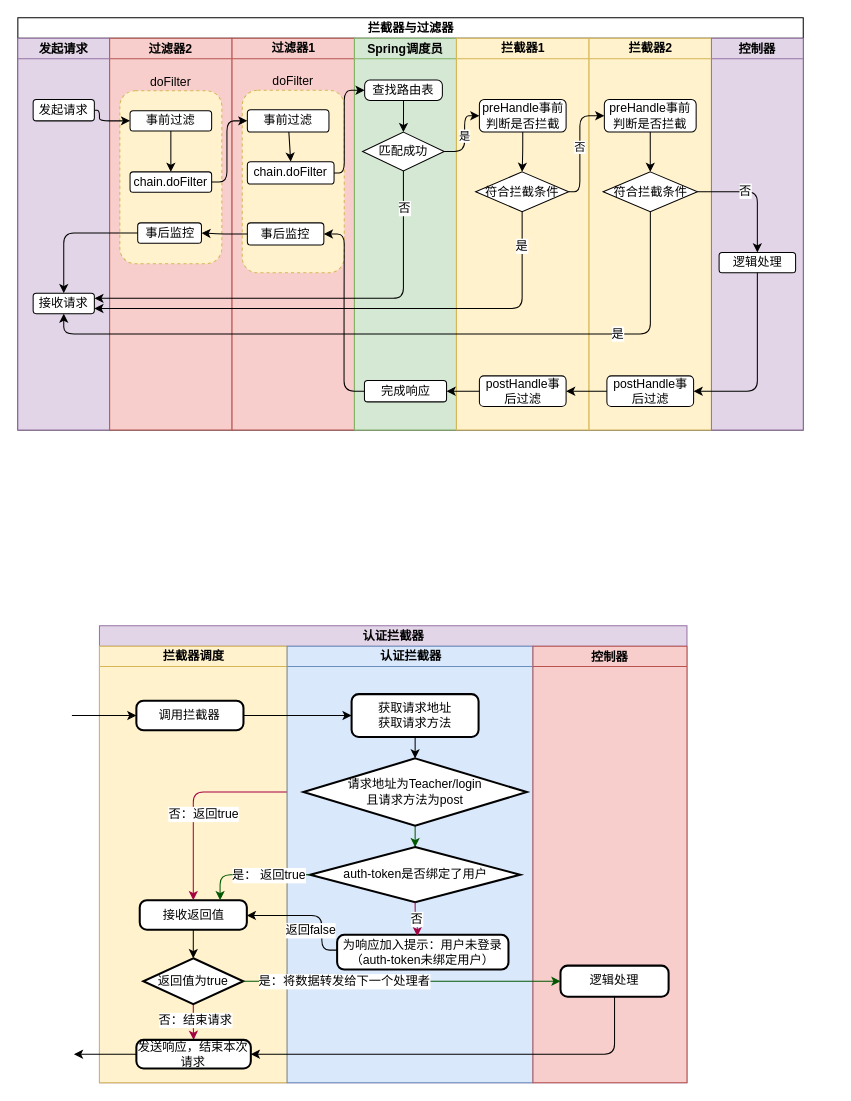
This is doucment/5.2.8.drawio from mengyunzhi/spring-boot-and-angular-guild, a draw.io file, before an edit. Source tidied: cells renumbered, new cells numbered last; positions are measured from the earlier drawing's top-left corner, leaving out a move shared by most shapes. Both pictures are drawn from the tidied source at 102%, with x=0, y=0 at pixel (17, 17).
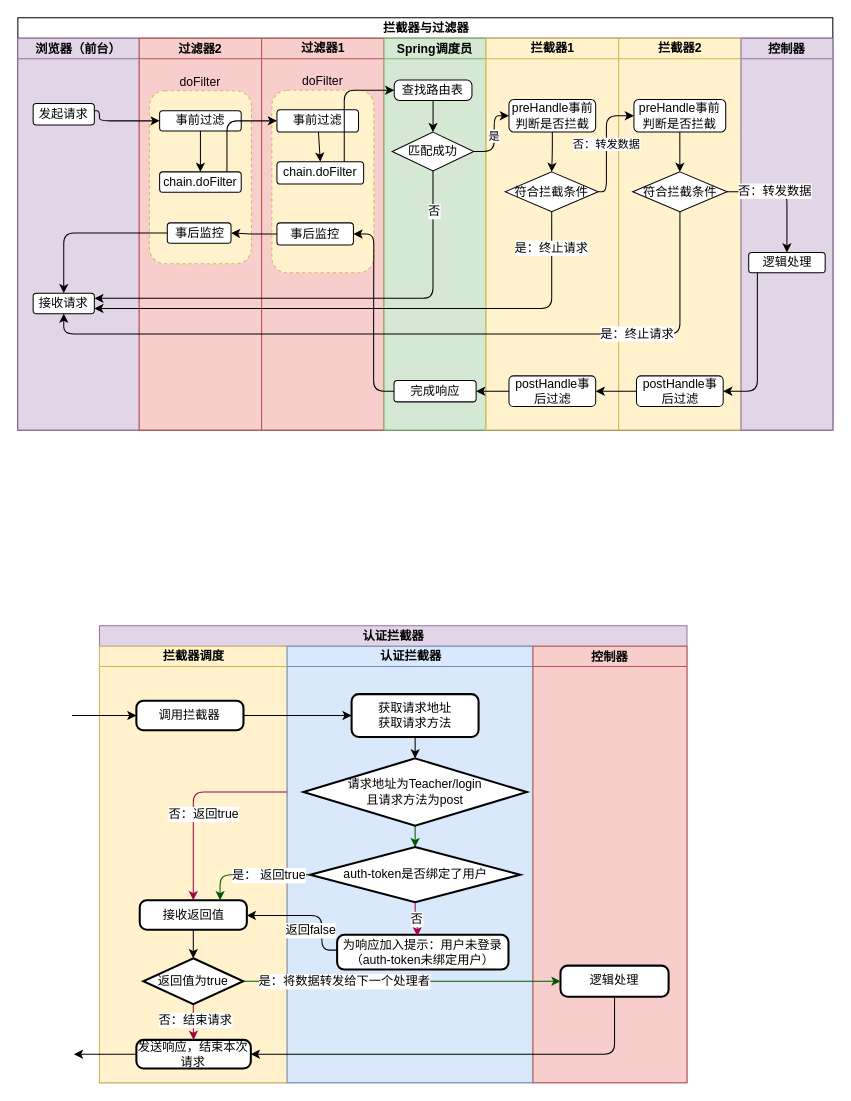
The same diagram, later.

Unchanged cells that the change refers to:
```xml
<mxCell id="5" value="接收请求" style="rounded=1;whiteSpace=wrap;html=1;" parent="3" vertex="1">
  <mxGeometry x="15" y="250" width="60" height="20" as="geometry" />
</mxCell>
<mxCell id="21" value="匹配成功" style="rhombus;whiteSpace=wrap;html=1;" parent="18" vertex="1">
  <mxGeometry x="8" y="92" width="80" height="38" as="geometry" />
</mxCell>
<mxCell id="26" value="符合拦截条件" style="rhombus;whiteSpace=wrap;html=1;" parent="23" vertex="1">
  <mxGeometry x="18.8" y="131" width="91.2" height="39" as="geometry" />
</mxCell>
<mxCell id="29" value="preHandle事前判断是否拦截" style="rounded=1;whiteSpace=wrap;html=1;" parent="28" vertex="1">
  <mxGeometry x="15" y="60" width="90" height="32" as="geometry" />
</mxCell>
<mxCell id="31" value="符合拦截条件" style="rhombus;whiteSpace=wrap;html=1;" parent="28" vertex="1">
  <mxGeometry x="13.8" y="131" width="92.5" height="39" as="geometry" />
</mxCell>
<mxCell id="51" style="edgeStyle=orthogonalEdgeStyle;rounded=1;jettySize=auto;html=1;" parent="2" edge="1" source="31" target="48">
  <mxGeometry relative="1" as="geometry" />
</mxCell>
```

Diff of the diagram source:
```diff
@@
     <mxCell id="2" value="拦截器与过滤器" style="swimlane;html=1;startSize=20;swimlaneFillColor=#E1D5E7;" parent="1" vertex="1">
-      <mxGeometry width="770" height="404" as="geometry" />
+      <mxGeometry width="799" height="404" as="geometry" />
     </mxCell>
-    <mxCell id="3" value="发起请求" style="swimlane;startSize=20;fillColor=#e1d5e7;strokeColor=#9673a6;swimlaneFillColor=#E1D5E7;" parent="2" vertex="1">
-      <mxGeometry y="20" width="90" height="384" as="geometry" />
+    <mxCell id="3" value="浏览器（前台）" style="swimlane;startSize=20;fillColor=#e1d5e7;strokeColor=#9673a6;swimlaneFillColor=#E1D5E7;" parent="2" vertex="1">
+      <mxGeometry y="20" width="119" height="384" as="geometry" />
     </mxCell>
     <mxCell id="4" value="发起请求" style="rounded=1;whiteSpace=wrap;html=1;" parent="3" vertex="1">
-      <mxGeometry x="15" y="60" width="60" height="21" as="geometry" />
+      <mxGeometry x="15" y="64" width="60" height="21" as="geometry" />
     </mxCell>
@@
     <mxCell id="6" value="过滤器2" style="swimlane;startSize=20;fillColor=#f8cecc;strokeColor=#b85450;swimlaneFillColor=#F8CECC;" parent="2" vertex="1">
-      <mxGeometry x="90" y="20" width="120" height="384" as="geometry" />
+      <mxGeometry x="119" y="20" width="120" height="384" as="geometry" />
     </mxCell>
@@
     <mxCell id="12" value="过滤器1" style="swimlane;html=1;startSize=20;fillColor=#f8cecc;strokeColor=#b85450;swimlaneFillColor=#F8CECC;" parent="2" vertex="1">
-      <mxGeometry x="210" y="20" width="120" height="384" as="geometry" />
+      <mxGeometry x="239" y="20" width="120" height="384" as="geometry" />
     </mxCell>
@@
     <mxCell id="18" value="Spring调度员" style="swimlane;startSize=20;fillColor=#d5e8d4;strokeColor=#82b366;swimlaneFillColor=#D5E8D4;" parent="2" vertex="1">
-      <mxGeometry x="330" y="20" width="100" height="384" as="geometry" />
+      <mxGeometry x="359" y="20" width="100" height="384" as="geometry" />
     </mxCell>
@@
     <mxCell id="23" value="拦截器1" style="swimlane;html=1;startSize=20;fillColor=#fff2cc;strokeColor=#d6b656;swimlaneFillColor=#FFF2CC;" parent="2" vertex="1">
-      <mxGeometry x="430" y="20" width="130" height="384" as="geometry" />
+      <mxGeometry x="459" y="20" width="130" height="384" as="geometry" />
     </mxCell>
@@
     <mxCell id="28" value="拦截器2" style="swimlane;html=1;startSize=20;fillColor=#fff2cc;strokeColor=#d6b656;swimlaneFillColor=#FFF2CC;" parent="2" vertex="1">
-      <mxGeometry x="560" y="20" width="120" height="384" as="geometry" />
+      <mxGeometry x="589" y="20" width="120" height="384" as="geometry" />
     </mxCell>
@@
     <mxCell id="35" style="edgeStyle=orthogonalEdgeStyle;rounded=1;jettySize=auto;html=1;entryX=1;entryY=0.75;entryDx=0;entryDy=0;" parent="2" edge="1" source="26" target="5">
       <mxGeometry relative="1" as="geometry">
         <Array as="points">
-          <mxPoint x="494" y="285" />
+          <mxPoint x="523" y="285" />
         </Array>
       </mxGeometry>
     </mxCell>
-    <mxCell id="36" value="是" style="text;html=1;align=center;verticalAlign=middle;labelBackgroundColor=#ffffff;" parent="35" vertex="1">
+    <mxCell id="36" value="是：终止请求" style="text;html=1;align=center;verticalAlign=middle;labelBackgroundColor=#ffffff;" parent="35" vertex="1">
       <mxGeometry x="-0.87" y="-1" relative="1" as="geometry" />
     </mxCell>
-    <mxCell id="37" value="否" style="edgeStyle=orthogonalEdgeStyle;rounded=1;jettySize=auto;html=1;entryX=0;entryY=0.5;entryDx=0;entryDy=0;" parent="2" edge="1" source="26" target="29">
+    <mxCell id="37" value="否：转发数据" style="edgeStyle=orthogonalEdgeStyle;rounded=1;jettySize=auto;html=1;entryX=0;entryY=0.5;entryDx=0;entryDy=0;" parent="2" edge="1" source="26" target="29">
       <mxGeometry relative="1" as="geometry">
         <Array as="points">
-          <mxPoint x="551" y="171" />
-          <mxPoint x="551" y="96" />
+          <mxPoint x="577" y="171" />
+          <mxPoint x="577" y="96" />
         </Array>
       </mxGeometry>
     </mxCell>
     <mxCell id="38" style="edgeStyle=orthogonalEdgeStyle;rounded=1;jettySize=auto;html=1;entryX=0.5;entryY=1;entryDx=0;entryDy=0;" parent="2" edge="1" source="31" target="5">
       <mxGeometry relative="1" as="geometry">
         <Array as="points">
-          <mxPoint x="620" y="310" />
+          <mxPoint x="649" y="310" />
           <mxPoint x="45" y="310" />
         </Array>
       </mxGeometry>
     </mxCell>
-    <mxCell id="39" value="是" style="text;html=1;align=center;verticalAlign=middle;labelBackgroundColor=#ffffff;" parent="38" vertex="1">
+    <mxCell id="39" value="是：终止请求" style="text;html=1;align=center;verticalAlign=middle;labelBackgroundColor=#ffffff;" parent="38" vertex="1">
       <mxGeometry x="-0.29" y="-1" relative="1" as="geometry">
         <mxPoint x="101.7" as="offset" />
       </mxGeometry>
     </mxCell>
@@
     <mxCell id="43" style="edgeStyle=orthogonalEdgeStyle;rounded=1;jettySize=auto;html=1;entryX=1;entryY=0.25;entryDx=0;entryDy=0;" parent="2" edge="1" source="21" target="5">
       <mxGeometry relative="1" as="geometry">
         <Array as="points">
-          <mxPoint x="378" y="275" />
+          <mxPoint x="407" y="275" />
         </Array>
       </mxGeometry>
     </mxCell>
@@
     <mxCell id="47" value="控制器" style="swimlane;startSize=20;fillColor=#e1d5e7;strokeColor=#9673a6;swimlaneFillColor=#E1D5E7;" parent="2" vertex="1">
-      <mxGeometry x="680" y="20" width="90" height="384" as="geometry" />
+      <mxGeometry x="709" y="20" width="90" height="384" as="geometry" />
     </mxCell>
@@
-    <mxCell id="52" value="否" style="text;html=1;align=center;verticalAlign=middle;labelBackgroundColor=#ffffff;" parent="51" vertex="1">
+    <mxCell id="52" value="否：转发数据" style="text;html=1;align=center;verticalAlign=middle;labelBackgroundColor=#ffffff;" parent="51" vertex="1">
       <mxGeometry x="-0.22" y="1" relative="1" as="geometry" />
     </mxCell>
```
